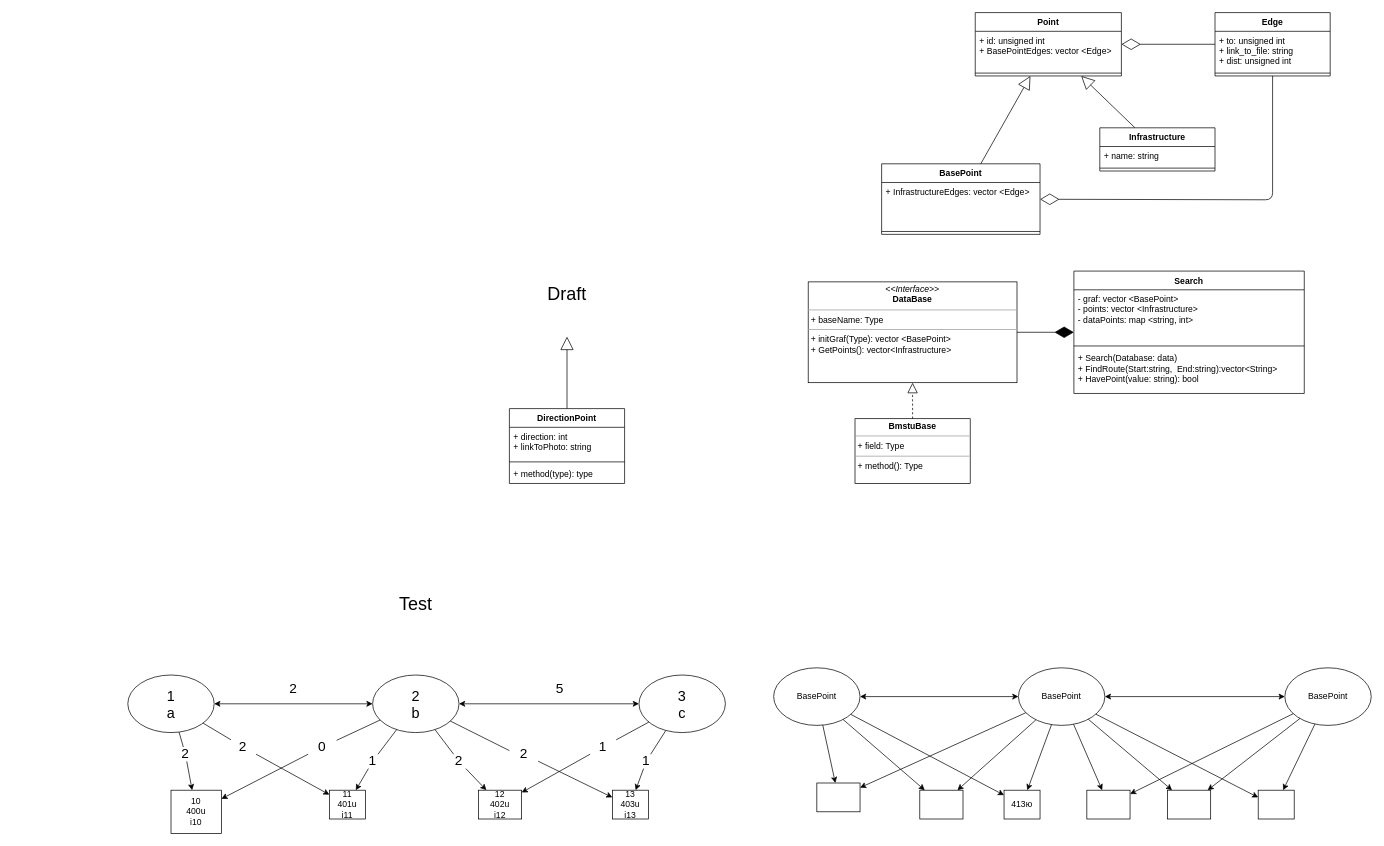
Earlier version of the draw.io diagram docs/bmstuNavigator.drawio (mmikhail2001/BmstuNavigator). Source tidied: cells renumbered, new cells numbered last; positions are measured from the earlier drawing's top-left corner, leaving out a move shared by most shapes. Both pictures are drawn from the tidied source at 72%, with x=0, y=0 at pixel (127, 12).
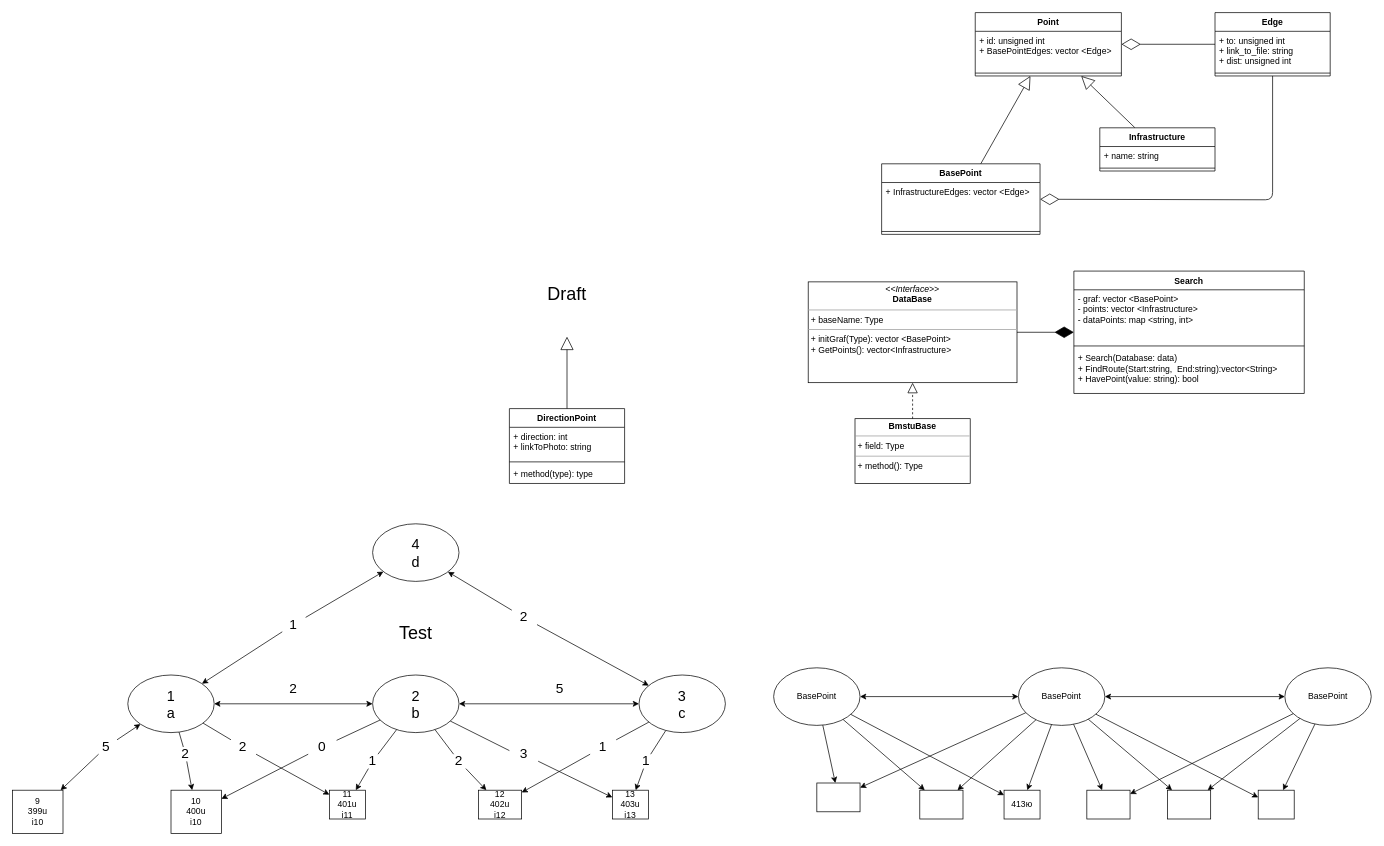
After the change.

Commit message (it also covers changes not shown here):
add function to find min dist

Unchanged cells that the change refers to:
```xml
<mxCell id="59" value="&lt;font style=&quot;font-size: 20px&quot;&gt;3&lt;br&gt;c&lt;/font&gt;" style="ellipse;whiteSpace=wrap;html=1;" parent="1" vertex="1">
  <mxGeometry x="710" y="920" width="120" height="80" as="geometry" />
</mxCell>
<mxCell id="61" value="&lt;font style=&quot;font-size: 20px&quot;&gt;1&lt;br&gt;a&lt;/font&gt;" style="ellipse;whiteSpace=wrap;html=1;" parent="1" vertex="1">
  <mxGeometry y="920" width="120" height="80" as="geometry" />
</mxCell>
```

The edit, as a diff of the source:
```diff
@@
     <mxCell id="55" value="&lt;font style=&quot;font-size: 25px&quot;&gt;Test&lt;/font&gt;" style="text;html=1;strokeColor=none;fillColor=none;align=center;verticalAlign=middle;whiteSpace=wrap;rounded=0;" parent="1" vertex="1">
-      <mxGeometry x="380" y="810" width="40" height="20" as="geometry" />
+      <mxGeometry x="380" y="850" width="40" height="20" as="geometry" />
     </mxCell>
@@
-    <mxCell id="87" value="&lt;span style=&quot;font-size: 19px&quot;&gt;2&lt;/span&gt;" style="text;html=1;strokeColor=none;fillColor=none;align=center;verticalAlign=middle;whiteSpace=wrap;rounded=0;" parent="1" vertex="1">
+    <mxCell id="87" value="&lt;span style=&quot;font-size: 19px&quot;&gt;3&lt;/span&gt;" style="text;html=1;strokeColor=none;fillColor=none;align=center;verticalAlign=middle;whiteSpace=wrap;rounded=0;" parent="1" vertex="1">
       <mxGeometry x="530" y="1020" width="40" height="20" as="geometry" />
     </mxCell>
@@
+    <mxCell id="91" value="9&lt;br&gt;399u&lt;br&gt;i10" style="rounded=0;whiteSpace=wrap;html=1;" parent="1" vertex="1">
+      <mxGeometry x="-160" y="1080" width="70" height="60" as="geometry" />
+    </mxCell>
+    <mxCell id="92" style="endArrow=classic;startArrow=none;html=1;" parent="1" edge="1" source="93" target="61">
+      <mxGeometry relative="1" as="geometry" />
+    </mxCell>
+    <mxCell id="93" value="&lt;font style=&quot;font-size: 19px&quot;&gt;5&lt;/font&gt;" style="text;html=1;strokeColor=none;fillColor=none;align=center;verticalAlign=middle;whiteSpace=wrap;rounded=0;" parent="1" vertex="1">
+      <mxGeometry x="-50" y="1010" width="40" height="20" as="geometry" />
+    </mxCell>
+    <mxCell id="94" style="endArrow=none;startArrow=classic;html=1;" parent="1" edge="1" source="91" target="93">
+      <mxGeometry relative="1" as="geometry" />
+    </mxCell>
+    <mxCell id="95" value="&lt;font style=&quot;font-size: 20px&quot;&gt;4&lt;br&gt;d&lt;/font&gt;" style="ellipse;whiteSpace=wrap;html=1;" parent="1" vertex="1">
+      <mxGeometry x="340" y="710" width="120" height="80" as="geometry" />
+    </mxCell>
+    <mxCell id="96" style="endArrow=classic;startArrow=none;html=1;" parent="1" edge="1" source="98" target="95">
+      <mxGeometry relative="1" as="geometry" />
+    </mxCell>
+    <mxCell id="97" style="endArrow=classic;startArrow=none;html=1;" parent="1" edge="1" source="100" target="95">
+      <mxGeometry relative="1" as="geometry" />
+    </mxCell>
+    <mxCell id="98" value="&lt;font style=&quot;font-size: 19px&quot;&gt;1&lt;/font&gt;" style="text;html=1;strokeColor=none;fillColor=none;align=center;verticalAlign=middle;whiteSpace=wrap;rounded=0;" parent="1" vertex="1">
+      <mxGeometry x="210" y="840" width="40" height="20" as="geometry" />
+    </mxCell>
+    <mxCell id="99" style="endArrow=none;startArrow=classic;html=1;" parent="1" edge="1" source="61" target="98">
+      <mxGeometry relative="1" as="geometry" />
+    </mxCell>
+    <mxCell id="100" value="&lt;font style=&quot;font-size: 19px&quot;&gt;2&lt;/font&gt;" style="text;html=1;strokeColor=none;fillColor=none;align=center;verticalAlign=middle;whiteSpace=wrap;rounded=0;" parent="1" vertex="1">
+      <mxGeometry x="530" y="830" width="40" height="20" as="geometry" />
+    </mxCell>
+    <mxCell id="101" style="endArrow=none;startArrow=classic;html=1;" parent="1" edge="1" source="59" target="100">
+      <mxGeometry relative="1" as="geometry" />
+    </mxCell>
```
